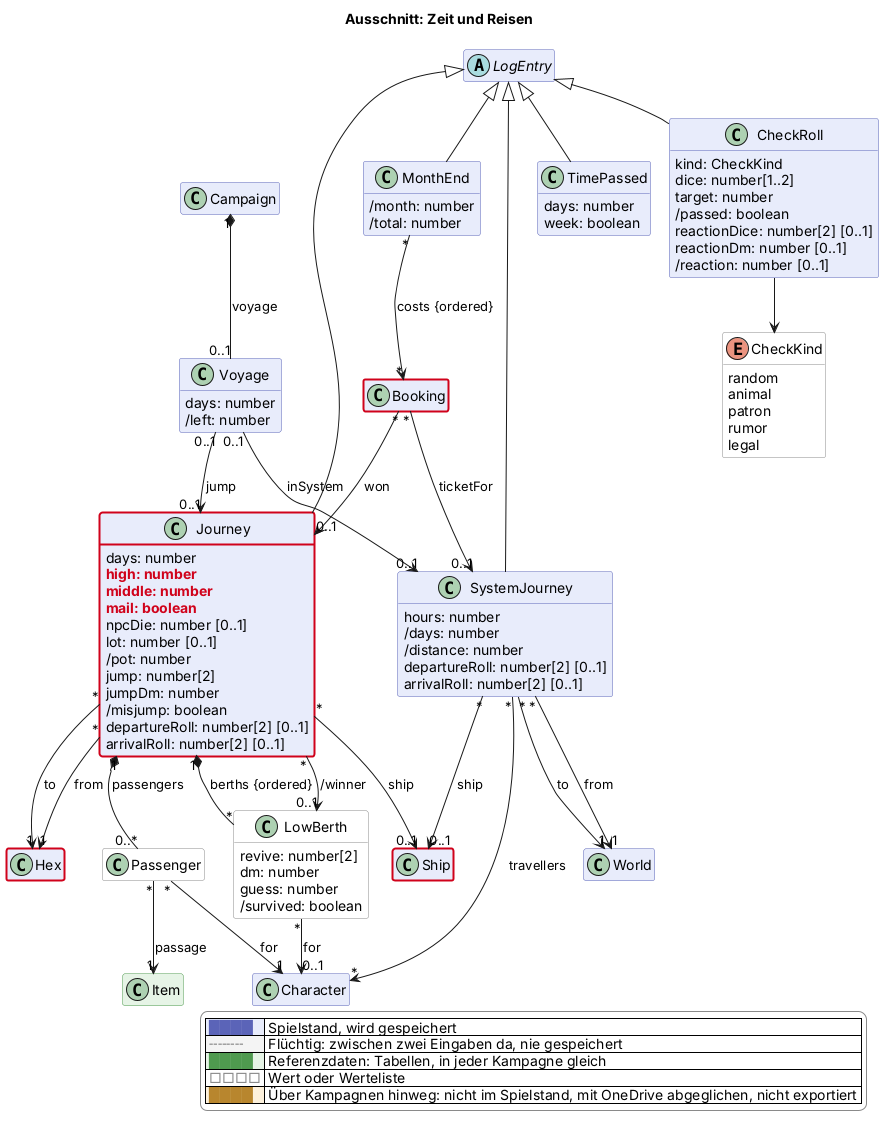
Above: docs/views/reise.png in scuzzar/SRE (PlantUML), before the change.
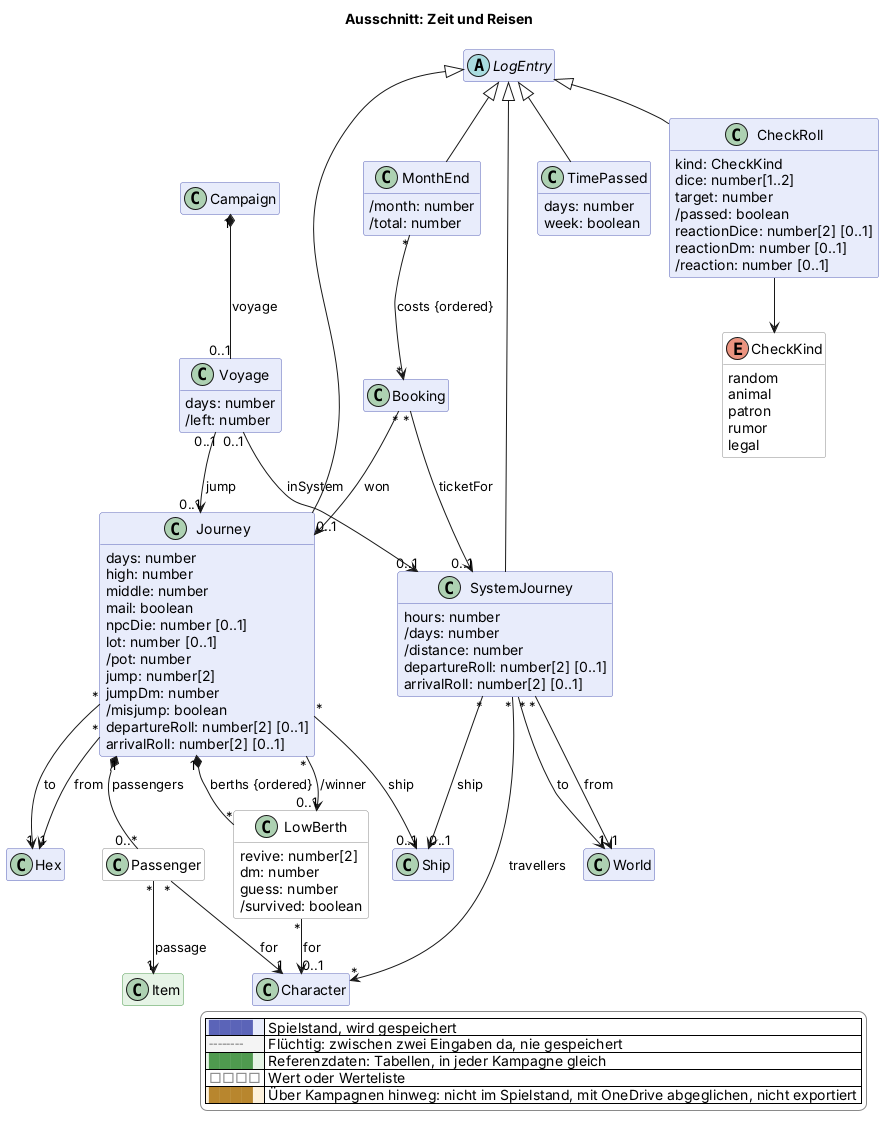
Later version of the same file.

The edit, as a diff of the source:
```diff
@@ -110,9 +110,9 @@
   }
   class Journey $reise {
     days: number
-    $new("2026-11-27", "high: number")
-    $new("2026-11-27", "middle: number")
-    $new("2026-11-27", "mail: boolean")
+    high: number
+    middle: number
+    mail: boolean
     npcDie: number [0..1]
     lot: number [0..1]
     /pot: number
@@ -193,8 +193,4 @@
   |<#ffffff> <color:#8a8a8a>□□□□</color> | Wert oder Werteliste |
   |<#fdf1dc> <color:#b8862e>████</color> | Über Kampagnen hinweg: nicht im Spielstand, mit OneDrive abgeglichen, nicht exportiert |
 endlegend
-class Booking #line:d0021b;line.bold
-class Ship #line:d0021b;line.bold
-class Hex #line:d0021b;line.bold
-class Journey #line:d0021b;line.bold
 @enduml
```
